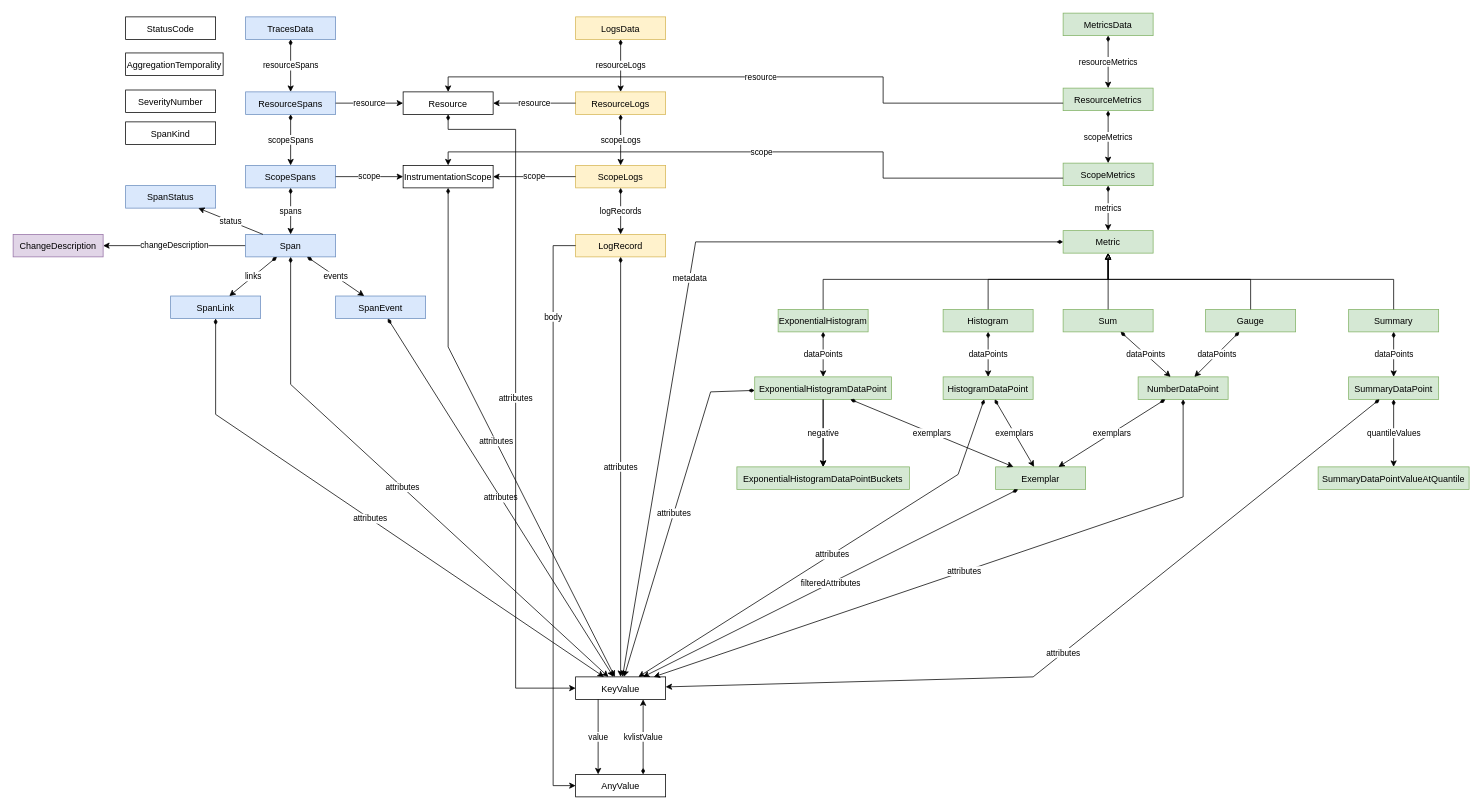
Nasdanika-Models/telemetry keeps this draw.io diagram as ecore/src/main/resources/org/nasdanika/models/telemetry/ecore/telemetry.drawio. Above is the earlier version. Source tidied: cells renumbered, new cells numbered last; positions are measured from the earlier drawing's top-left corner, leaving out a move shared by most shapes. Both pictures are drawn from the tidied source at 75%, with x=0, y=0 at pixel (13, 13).
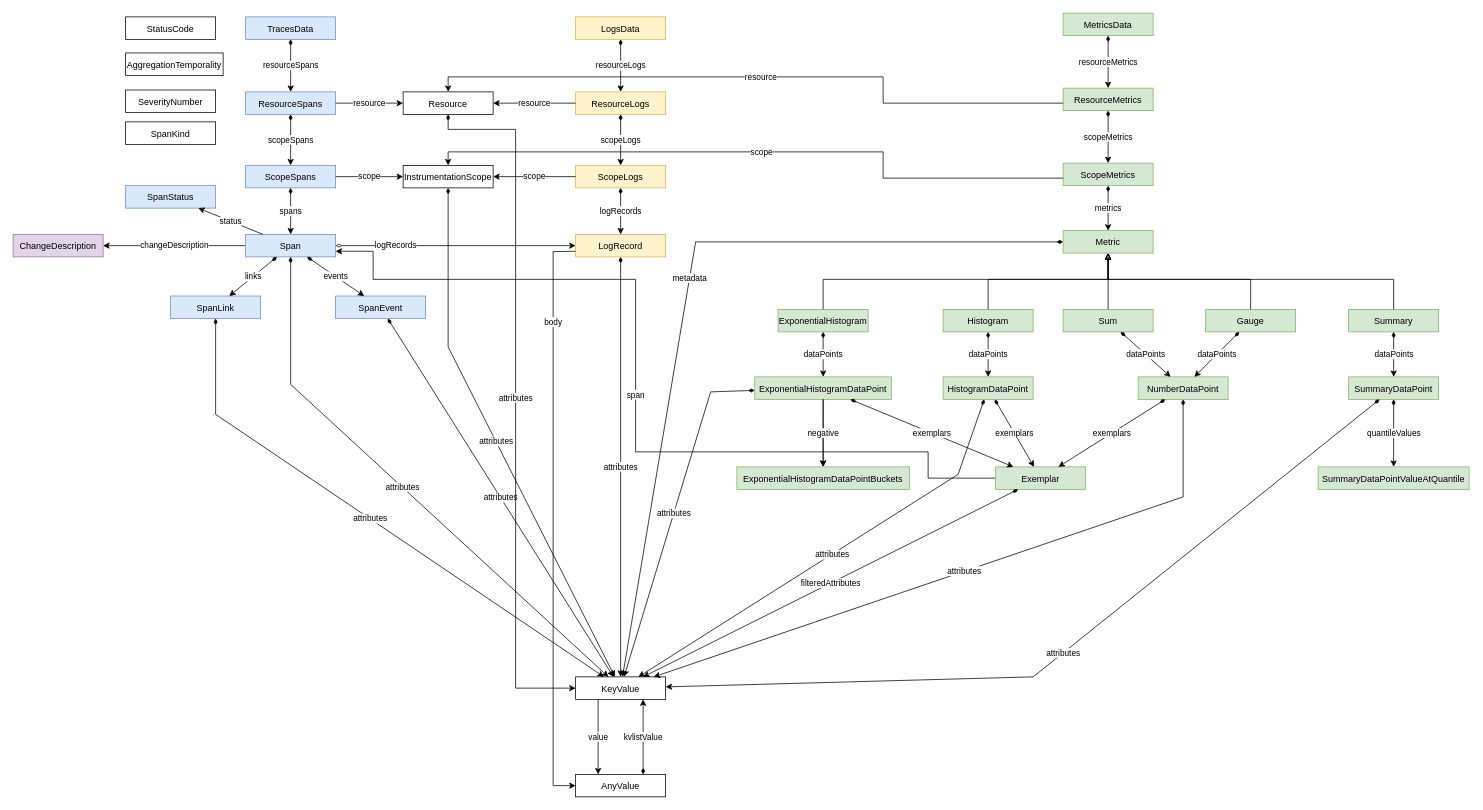
Above is the later version.

Unchanged cells that the change refers to:
```xml
<mxCell id="3" value="Span" style="fillColor=#dae8fc;strokeColor=#6c8ebf;" parent="1" vertex="1">
  <mxGeometry x="310" y="295" width="120" height="30" as="geometry" />
</mxCell>
<mxCell id="7" value="AnyValue" parent="1" vertex="1">
  <mxGeometry x="750" y="1015" width="120" height="30" as="geometry" />
</mxCell>
<mxCell id="30" value="Exemplar" style="fillColor=#d5e8d4;strokeColor=#82b366;" parent="1" vertex="1">
  <mxGeometry x="1310" y="605" width="120" height="30" as="geometry" />
</mxCell>
<mxCell id="76" value="LogRecord" style="fillColor=#fff2cc;strokeColor=#d6b656;" parent="1" vertex="1">
  <mxGeometry x="750" y="295" width="120" height="30" as="geometry" />
</mxCell>
```

Change to the diagram source:
```diff
@@
+    <mxCell id="88" value="logRecords" style="edgeStyle=orthogonalEdgeStyle;rounded=0;jettySize=auto;html=1;exitX=1;exitY=0.5;exitDx=0;exitDy=0;entryX=0;entryY=0.5;entryDx=0;entryDy=0;startArrow=diamondThin;startFill=0;" parent="1" edge="1" source="3" target="76">
+      <mxGeometry x="-0.5" relative="1" as="geometry" />
+    </mxCell>
@@
+    <mxCell id="89" value="span" style="edgeStyle=orthogonalEdgeStyle;rounded=0;jettySize=auto;html=1;entryX=1;entryY=0.75;entryDx=0;entryDy=0;exitX=0;exitY=0.5;exitDx=0;exitDy=0;" parent="1" edge="1" source="30" target="3">
+      <mxGeometry relative="1" as="geometry">
+        <Array as="points">
+          <mxPoint x="1220" y="620" />
+          <mxPoint x="1220" y="585" />
+          <mxPoint x="830" y="585" />
+          <mxPoint x="830" y="355" />
+          <mxPoint x="480" y="355" />
+          <mxPoint x="480" y="318" />
+        </Array>
+      </mxGeometry>
+    </mxCell>
@@
-    <mxCell id="77" value="body" style="rounded=0;jettySize=1;html=1;entryX=0;entryY=0.5;entryDx=0;entryDy=0;exitX=0;exitY=0.5;exitDx=0;exitDy=0;" parent="1" edge="1" source="76" target="7">
+    <mxCell id="77" value="body" style="rounded=0;jettySize=1;html=1;entryX=0;entryY=0.5;entryDx=0;entryDy=0;exitX=0;exitY=0.75;exitDx=0;exitDy=0;" parent="1" edge="1" source="76" target="7">
       <mxGeometry x="-0.68" relative="1" as="geometry">
         <Array as="points">
-          <mxPoint x="720" y="310" />
+          <mxPoint x="720" y="318" />
           <mxPoint x="720" y="1030" />
         </Array>
       </mxGeometry>
     </mxCell>
```
